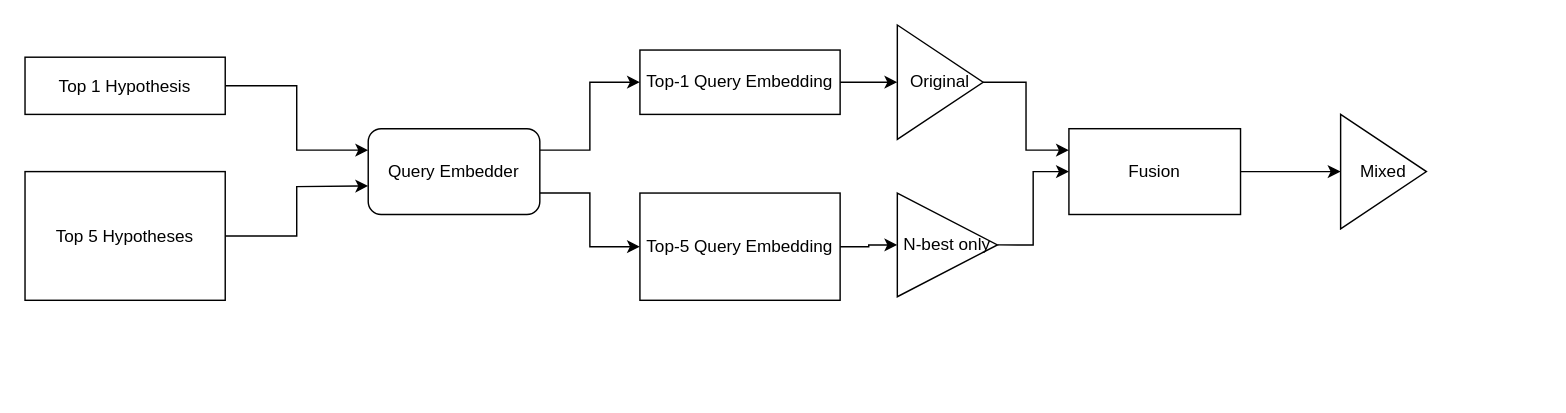
This is Nbest-asr.drawio from johntiger1/architecture-diagrams, a draw.io file, before an edit. Source tidied: cells renumbered, new cells numbered last; positions are measured from the earlier drawing's top-left corner, leaving out a move shared by most shapes. Both pictures are drawn from the tidied source at 143%, with x=0, y=0 at pixel (24, 24).
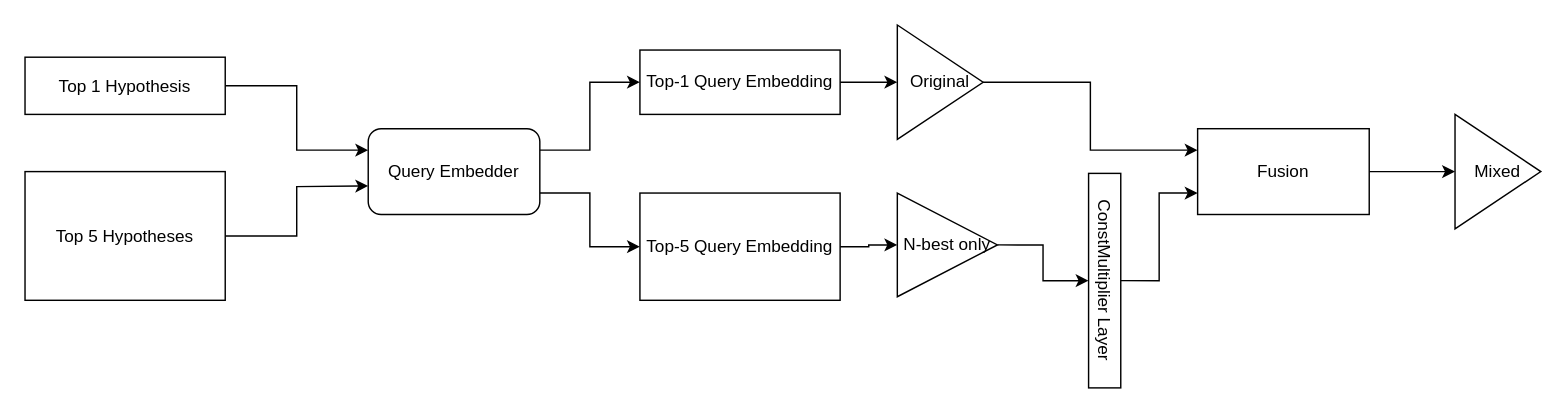
After the change.

The change refers to these unchanged cells:
```xml
<mxCell id="16" value="N-best only" style="triangle;whiteSpace=wrap;html=1;" parent="1" vertex="1">
  <mxGeometry x="610" y="117.5" width="70" height="72.5" as="geometry" />
</mxCell>
```

Diff of the diagram source:
```diff
@@
-    <mxCell id="15" style="edgeStyle=orthogonalEdgeStyle;rounded=0;jettySize=auto;html=1;exitX=1;exitY=0.5;exitDx=0;exitDy=0;entryX=0;entryY=0.5;entryDx=0;entryDy=0;" parent="1" edge="1" source="16" target="18">
-      <mxGeometry relative="1" as="geometry" />
-    </mxCell>
+    <mxCell id="20" style="edgeStyle=orthogonalEdgeStyle;rounded=0;jettySize=auto;html=1;exitX=1;exitY=0.5;exitDx=0;exitDy=0;" parent="1" edge="1" source="16" target="22">
+      <mxGeometry relative="1" as="geometry" />
+    </mxCell>
@@
     <mxCell id="18" value="Fusion" style="rounded=0;whiteSpace=wrap;html=1;" parent="1" vertex="1">
-      <mxGeometry x="730" y="72.5" width="120" height="60" as="geometry" />
+      <mxGeometry x="820" y="72.5" width="120" height="60" as="geometry" />
     </mxCell>
     <mxCell id="19" value="Mixed" style="triangle;whiteSpace=wrap;html=1;" parent="1" vertex="1">
-      <mxGeometry x="920" y="62.5" width="60" height="80" as="geometry" />
+      <mxGeometry x="1000" y="62.5" width="60" height="80" as="geometry" />
     </mxCell>
+    <mxCell id="21" style="edgeStyle=orthogonalEdgeStyle;rounded=0;jettySize=auto;html=1;exitX=0.5;exitY=0;exitDx=0;exitDy=0;entryX=0;entryY=0.75;entryDx=0;entryDy=0;" parent="1" edge="1" source="22" target="18">
+      <mxGeometry relative="1" as="geometry" />
+    </mxCell>
+    <mxCell id="22" value="&lt;div&gt;ConstMultiplier Layer&lt;/div&gt;" style="rounded=0;whiteSpace=wrap;html=1;rotation=90;" parent="1" vertex="1">
+      <mxGeometry x="680" y="167.5" width="150" height="22.5" as="geometry" />
+    </mxCell>
```
